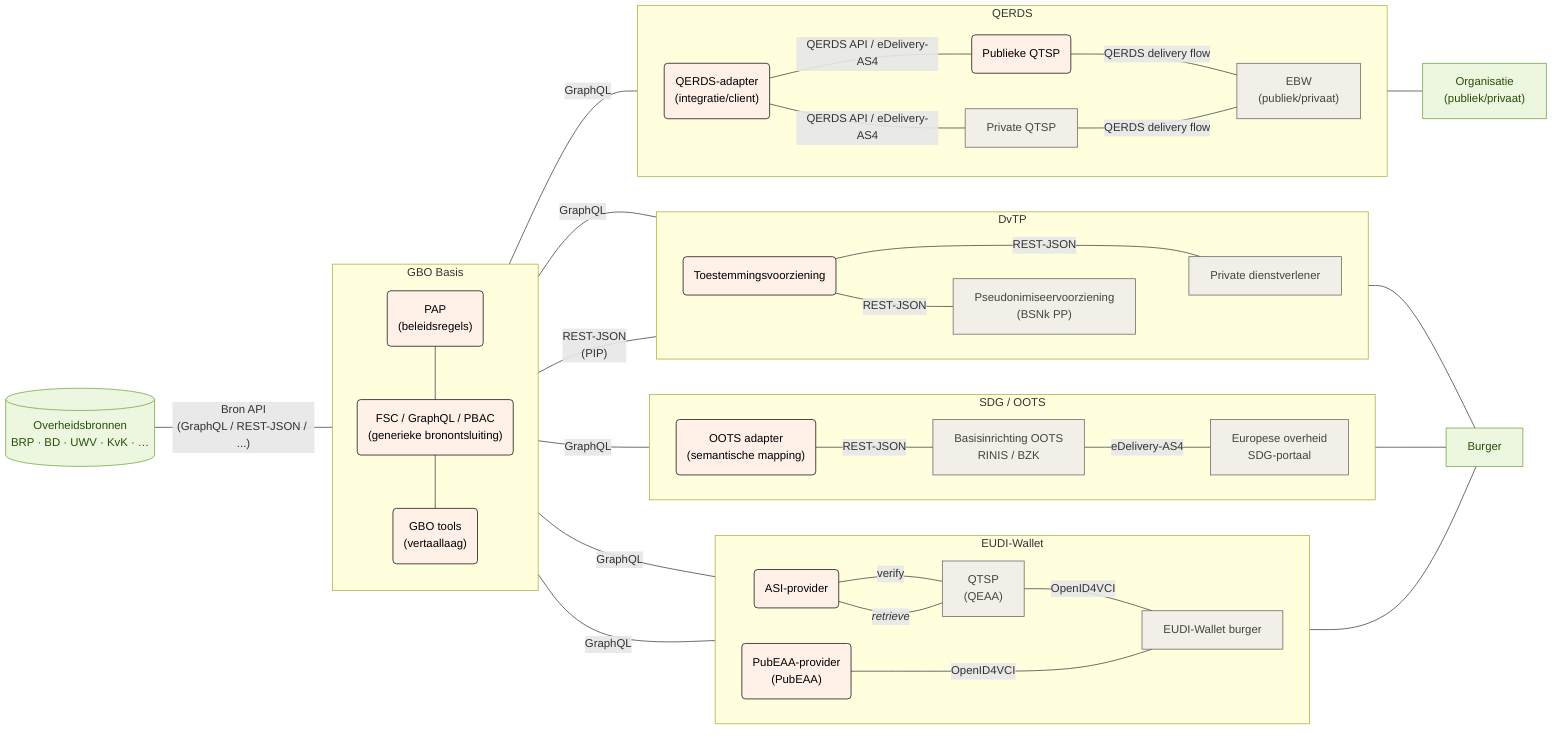
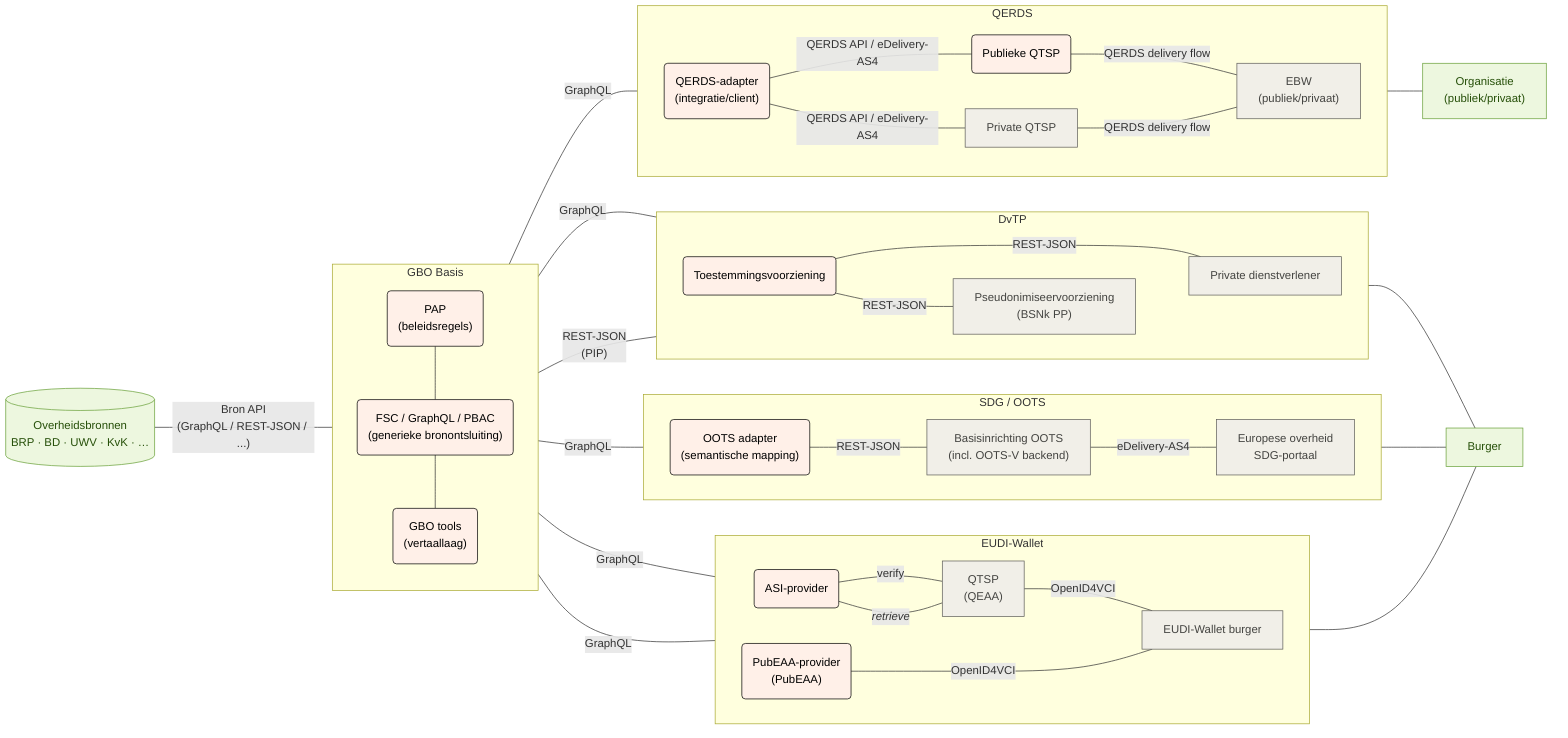
flowchart LR
  subgraph gbo["GBO Basis"]
    direction TB
        fsc_pap("PAP<br/>(beleidsregels)")
        fsc("FSC / GraphQL / PBAC<br/>(generieke bronontsluiting)")
        fsc_tools("GBO tools<br/>(vertaallaag)")
  end
  subgraph eudi["EUDI-Wallet"]
    direction LR
        eudi_asi("ASI-provider")
        eudi_pubeaa("PubEAA-provider<br/>(PubEAA)")
        eudi_qeaa["QTSP<br/>(QEAA)"]
        eudi_wallet["EUDI-Wallet burger"]
  end
  subgraph oots["SDG / OOTS"]
    direction LR
        oots_adapter("OOTS adapter<br/>(semantische mapping)")
-         oots_basis["Basisinrichting OOTS<br/>RINIS / BZK"]
+         oots_basis["Basisinrichting OOTS<br/>(incl. OOTS-V backend)"]
        oots_afnemer["Europese overheid<br/>SDG-portaal"]
  end
  subgraph dvtp["DvTP"]
    direction LR
        dvtp_toestemming("Toestemmingsvoorziening")
        dvtp_pseudoniem["Pseudonimiseervoorziening<br/>(BSNk PP)"]
        dvtp_afnemer["Private dienstverlener"]
  end
  subgraph ebw["QERDS"]
     direction LR
        ebw_qerds_adapter("QERDS-adapter<br/>(integratie/client)")
        ebw_pub_qtsp("Publieke QTSP")
        ebw_qtsp["Private QTSP"]
        ebw_wallet["EBW<br/>(publiek/privaat)"]
  end

  fsc_pap --- fsc
  fsc --- fsc_tools
  bron[("Overheidsbronnen<br/>BRP · BD · UWV · KvK · …")] -- Bron API<br/>(GraphQL / REST-JSON / ...) --- gbo
  eudi_asi -- verify --- eudi_qeaa
  eudi_asi -- "`*retrieve*`" --- eudi_qeaa
  eudi_qeaa -- OpenID4VCI --- eudi_wallet
  gbo -- GraphQL --- eudi_asi & eudi_pubeaa & oots_adapter & dvtp_afnemer & ebw_qerds_adapter
  eudi_pubeaa -- OpenID4VCI ---- eudi_wallet
  oots_adapter -- REST-JSON --- oots_basis
  oots_basis -- eDelivery-AS4 --- oots_afnemer
  gbo -- REST-JSON<br/>(PIP) --- dvtp_toestemming
  dvtp_toestemming -- REST-JSON --- dvtp_afnemer
  dvtp_toestemming -- REST-JSON --- dvtp_pseudoniem
  dvtp_pseudoniem ~~~ dvtp_afnemer
  ebw_qerds_adapter -- QERDS API / eDelivery-AS4 --- ebw_pub_qtsp -- QERDS delivery flow --- ebw_wallet
  ebw_qerds_adapter -- QERDS API / eDelivery-AS4 --- ebw_qtsp -- QERDS delivery flow --- ebw_wallet
  ebw_wallet --- organisatie["Organisatie<br/>(publiek/privaat)"]
  eudi_wallet --- burger["Burger"]
  oots_afnemer --- burger
  dvtp_afnemer --- burger

  fsc_pap:::gbo
  fsc:::gbo
  fsc_tools:::gbo
  ebw_qerds_adapter:::gbo
  ebw_pub_qtsp:::gbo
  ebw_qtsp:::eudi
  ebw_wallet:::eudi
  eudi_asi:::gbo
  eudi_pubeaa:::gbo
  eudi_qeaa:::eudi
  eudi_wallet:::eudi
  oots_adapter:::gbo
  oots_basis:::oots
  oots_afnemer:::oots
  dvtp_toestemming:::gbo
  dvtp_pseudoniem:::dvtp
  dvtp_afnemer:::dvtp
  bron:::bron
  burger:::burger
  organisatie:::burger

  classDef bron fill:#edf7df,stroke:#6aa13a,color:#27500a
  classDef generiek fill:#f1efe8,stroke:#5f5e5a,color:#444441
  classDef eudi fill:#f1efe8,stroke:#5f5e5a,color:#444441
  classDef oots fill:#f1efe8,stroke:#5f5e5a,color:#444441
  classDef dvtp fill:#f1efe8,stroke:#5f5e5a,color:#444441
  classDef gbo fill:#fff0e8,stroke:#000000,color:#000000
  classDef burger fill:#edf7df,stroke:#6aa13a,color:#27500a
